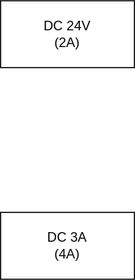
The draw.io diagram diagrams/electric/components/2A-00004.00.00-power-box.drawio.svg in sakairi-nobuyuki/Yamamiya_3PM_pjk, before a commit. Source tidied: cells renumbered, new cells last; positions are measured from the earlier drawing's top-left corner, leaving out a move shared by most shapes. Source of this version:
```xml
<mxGraphModel>
  <root>
    <mxCell id="0" />
    <mxCell id="1" parent="0" />
    <mxCell id="2" value="DC 24V&lt;br&gt;(2A)" style="rounded=0;whiteSpace=wrap;html=1;" parent="1" vertex="1">
      <mxGeometry width="120" height="60" as="geometry" />
    </mxCell>
    <mxCell id="3" value="DC 3A&lt;br&gt;(4A)" style="rounded=0;whiteSpace=wrap;html=1;" parent="1" vertex="1">
      <mxGeometry y="190" width="120" height="60" as="geometry" />
    </mxCell>
  </root>
</mxGraphModel>
```
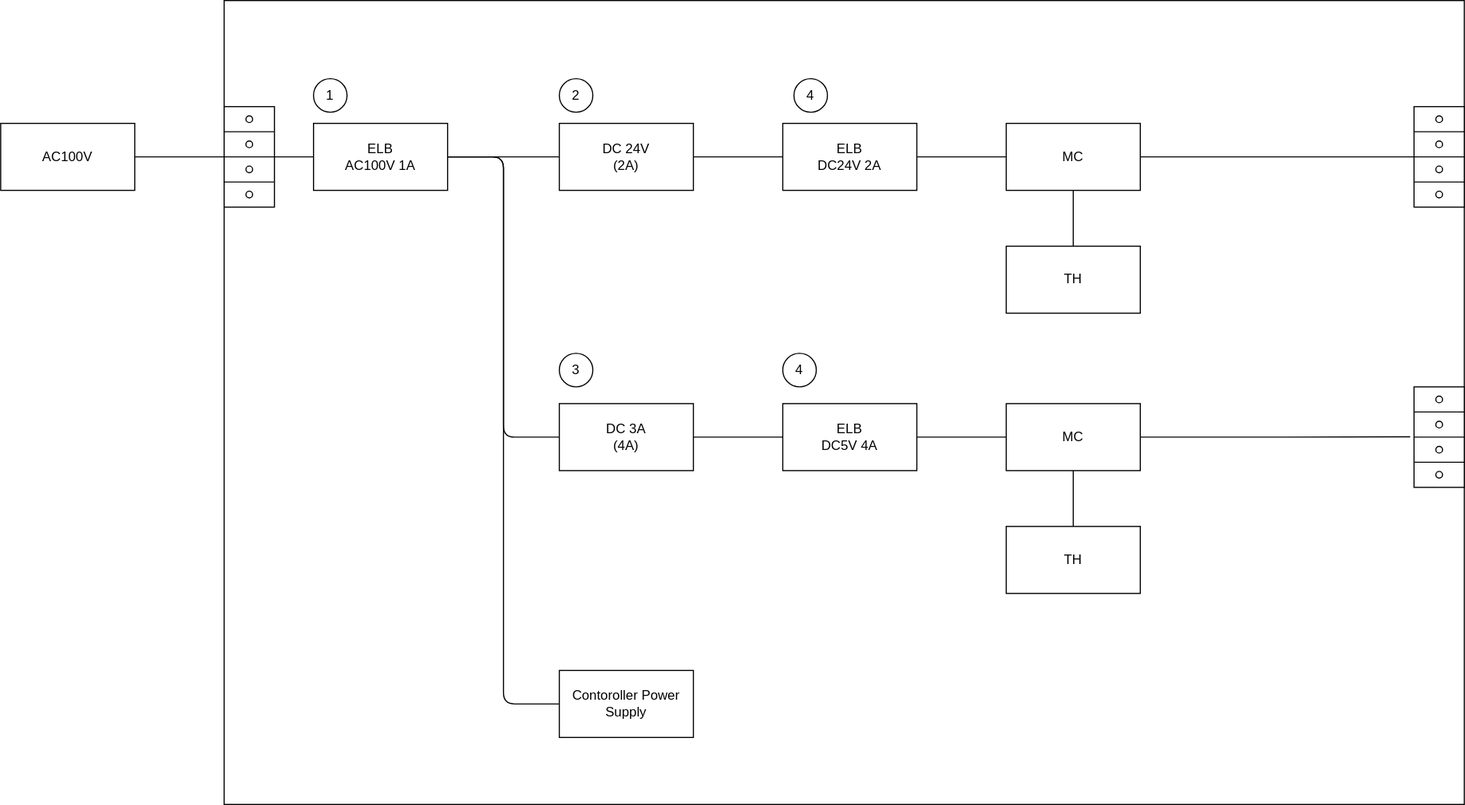
Later version of the same file.

Change to the diagram source:
```diff
@@ -2,11 +2,101 @@
   <root>
     <mxCell id="0" />
     <mxCell id="1" parent="0" />
+    <mxCell id="4" style="rounded=0;whiteSpace=wrap;html=1;fillColor=none;" parent="1" vertex="1">
+      <mxGeometry x="-50" y="-110" width="1110" height="720" as="geometry" />
+    </mxCell>
     <mxCell id="2" value="DC 24V&lt;br&gt;(2A)" style="rounded=0;whiteSpace=wrap;html=1;" parent="1" vertex="1">
-      <mxGeometry width="120" height="60" as="geometry" />
+      <mxGeometry x="250" width="120" height="60" as="geometry" />
     </mxCell>
+    <mxCell id="5" style="edgeStyle=orthogonalEdgeStyle;html=1;exitX=1;exitY=0.5;exitDx=0;exitDy=0;entryX=0;entryY=0.5;entryDx=0;entryDy=0;endArrow=none;endFill=0;" parent="1" edge="1" source="3" target="15">
+      <mxGeometry relative="1" as="geometry" />
+    </mxCell>
     <mxCell id="3" value="DC 3A&lt;br&gt;(4A)" style="rounded=0;whiteSpace=wrap;html=1;" parent="1" vertex="1">
-      <mxGeometry y="190" width="120" height="60" as="geometry" />
+      <mxGeometry x="250" y="251" width="120" height="60" as="geometry" />
     </mxCell>
+    <mxCell id="6" style="edgeStyle=none;html=1;exitX=1;exitY=0.5;exitDx=0;exitDy=0;endArrow=none;endFill=0;" parent="1" edge="1" source="7" target="10">
+      <mxGeometry relative="1" as="geometry" />
+    </mxCell>
+    <mxCell id="7" value="AC100V" style="rounded=0;whiteSpace=wrap;html=1;" parent="1" vertex="1">
+      <mxGeometry x="-250" width="120" height="60" as="geometry" />
+    </mxCell>
+    <mxCell id="8" style="edgeStyle=none;html=1;exitX=1;exitY=0.5;exitDx=0;exitDy=0;endArrow=none;endFill=0;" parent="1" edge="1" source="10" target="2">
+      <mxGeometry relative="1" as="geometry" />
+    </mxCell>
+    <mxCell id="9" style="edgeStyle=orthogonalEdgeStyle;html=1;exitX=1;exitY=0.5;exitDx=0;exitDy=0;entryX=0;entryY=0.5;entryDx=0;entryDy=0;endArrow=none;endFill=0;" parent="1" edge="1" source="10" target="3">
+      <mxGeometry relative="1" as="geometry" />
+    </mxCell>
+    <mxCell id="10" value="ELB&lt;br&gt;AC100V 1A" style="rounded=0;whiteSpace=wrap;html=1;" parent="1" vertex="1">
+      <mxGeometry x="30" width="120" height="60" as="geometry" />
+    </mxCell>
+    <mxCell id="11" style="edgeStyle=orthogonalEdgeStyle;html=1;exitX=1;exitY=0.5;exitDx=0;exitDy=0;entryX=0;entryY=0.5;entryDx=0;entryDy=0;endArrow=none;endFill=0;" parent="1" edge="1" source="13" target="22">
+      <mxGeometry relative="1" as="geometry" />
+    </mxCell>
+    <mxCell id="12" style="edgeStyle=orthogonalEdgeStyle;html=1;exitX=0;exitY=0.5;exitDx=0;exitDy=0;entryX=1;entryY=0.5;entryDx=0;entryDy=0;endArrow=none;endFill=0;" parent="1" edge="1" source="13" target="2">
+      <mxGeometry relative="1" as="geometry" />
+    </mxCell>
+    <mxCell id="13" value="ELB&lt;br&gt;DC24V 2A" style="rounded=0;whiteSpace=wrap;html=1;" parent="1" vertex="1">
+      <mxGeometry x="450" width="120" height="60" as="geometry" />
+    </mxCell>
+    <mxCell id="14" style="edgeStyle=orthogonalEdgeStyle;html=1;exitX=1;exitY=0.5;exitDx=0;exitDy=0;endArrow=none;endFill=0;" parent="1" edge="1" source="15" target="18">
+      <mxGeometry relative="1" as="geometry" />
+    </mxCell>
+    <mxCell id="15" value="ELB&lt;br&gt;DC5V 4A" style="rounded=0;whiteSpace=wrap;html=1;" parent="1" vertex="1">
+      <mxGeometry x="450" y="251" width="120" height="60" as="geometry" />
+    </mxCell>
+    <mxCell id="16" style="edgeStyle=orthogonalEdgeStyle;html=1;exitX=0.5;exitY=1;exitDx=0;exitDy=0;entryX=0.5;entryY=0;entryDx=0;entryDy=0;endArrow=none;endFill=0;" parent="1" edge="1" source="18" target="19">
+      <mxGeometry relative="1" as="geometry" />
+    </mxCell>
+    <mxCell id="17" style="edgeStyle=orthogonalEdgeStyle;html=1;exitX=1;exitY=0.5;exitDx=0;exitDy=0;entryX=-0.076;entryY=0.497;entryDx=0;entryDy=0;entryPerimeter=0;endArrow=none;endFill=0;" parent="1" edge="1" source="18" target="27">
+      <mxGeometry relative="1" as="geometry" />
+    </mxCell>
+    <mxCell id="18" value="MC" style="rounded=0;whiteSpace=wrap;html=1;" parent="1" vertex="1">
+      <mxGeometry x="650" y="251" width="120" height="60" as="geometry" />
+    </mxCell>
+    <mxCell id="19" value="TH" style="rounded=0;whiteSpace=wrap;html=1;" parent="1" vertex="1">
+      <mxGeometry x="650" y="361" width="120" height="60" as="geometry" />
+    </mxCell>
+    <mxCell id="20" style="edgeStyle=orthogonalEdgeStyle;html=1;exitX=0.5;exitY=1;exitDx=0;exitDy=0;entryX=0.5;entryY=0;entryDx=0;entryDy=0;endArrow=none;endFill=0;" parent="1" edge="1" source="22" target="23">
+      <mxGeometry relative="1" as="geometry" />
+    </mxCell>
+    <mxCell id="21" style="edgeStyle=orthogonalEdgeStyle;html=1;exitX=1;exitY=0.5;exitDx=0;exitDy=0;endArrow=none;endFill=0;" parent="1" edge="1" source="22" target="26">
+      <mxGeometry relative="1" as="geometry" />
+    </mxCell>
+    <mxCell id="22" value="MC" style="rounded=0;whiteSpace=wrap;html=1;" parent="1" vertex="1">
+      <mxGeometry x="650" width="120" height="60" as="geometry" />
+    </mxCell>
+    <mxCell id="23" value="TH" style="rounded=0;whiteSpace=wrap;html=1;" parent="1" vertex="1">
+      <mxGeometry x="650" y="110" width="120" height="60" as="geometry" />
+    </mxCell>
+    <mxCell id="24" style="edgeStyle=orthogonalEdgeStyle;html=1;exitX=0;exitY=0.5;exitDx=0;exitDy=0;entryX=1;entryY=0.5;entryDx=0;entryDy=0;endArrow=none;endFill=0;" parent="1" edge="1" source="25" target="10">
+      <mxGeometry relative="1" as="geometry" />
+    </mxCell>
+    <mxCell id="25" value="Contoroller Power Supply" style="rounded=0;whiteSpace=wrap;html=1;" parent="1" vertex="1">
+      <mxGeometry x="250" y="490" width="120" height="60" as="geometry" />
+    </mxCell>
+    <mxCell id="26" style="verticalLabelPosition=bottom;shadow=0;dashed=0;align=center;html=1;verticalAlign=top;shape=mxgraph.electrical.miscellaneous.terminal_board;" parent="1" vertex="1">
+      <mxGeometry x="1015" y="-15" width="45" height="90" as="geometry" />
+    </mxCell>
+    <mxCell id="27" style="verticalLabelPosition=bottom;shadow=0;dashed=0;align=center;html=1;verticalAlign=top;shape=mxgraph.electrical.miscellaneous.terminal_board;" parent="1" vertex="1">
+      <mxGeometry x="1015" y="236" width="45" height="90" as="geometry" />
+    </mxCell>
+    <mxCell id="28" style="verticalLabelPosition=bottom;shadow=0;dashed=0;align=center;html=1;verticalAlign=top;shape=mxgraph.electrical.miscellaneous.terminal_board;" parent="1" vertex="1">
+      <mxGeometry x="-50" y="-15" width="45" height="90" as="geometry" />
+    </mxCell>
+    <mxCell id="29" value="1" style="ellipse;whiteSpace=wrap;html=1;" parent="1" vertex="1">
+      <mxGeometry x="30" y="-40" width="30" height="30" as="geometry" />
+    </mxCell>
+    <mxCell id="30" value="2" style="ellipse;whiteSpace=wrap;html=1;" parent="1" vertex="1">
+      <mxGeometry x="250" y="-40" width="30" height="30" as="geometry" />
+    </mxCell>
+    <mxCell id="31" value="3" style="ellipse;whiteSpace=wrap;html=1;" parent="1" vertex="1">
+      <mxGeometry x="250" y="206" width="30" height="30" as="geometry" />
+    </mxCell>
+    <mxCell id="32" value="4" style="ellipse;whiteSpace=wrap;html=1;" parent="1" vertex="1">
+      <mxGeometry x="460" y="-40" width="30" height="30" as="geometry" />
+    </mxCell>
+    <mxCell id="33" value="4" style="ellipse;whiteSpace=wrap;html=1;" parent="1" vertex="1">
+      <mxGeometry x="450" y="206" width="30" height="30" as="geometry" />
+    </mxCell>
   </root>
 </mxGraphModel>
```
